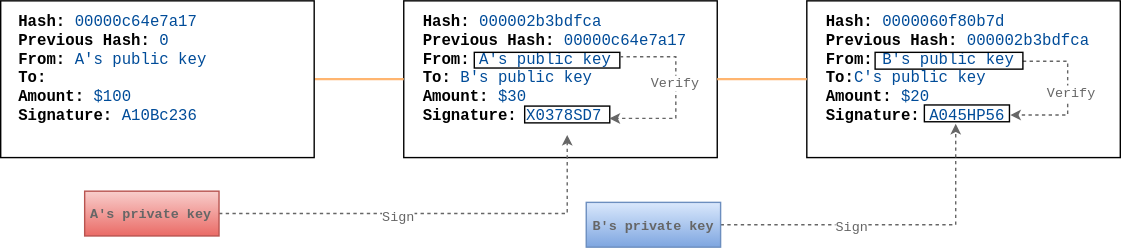
This is images/blockchain-concept/blockchain-security.svg from indrabasak/indrabasak.github.io, a draw.io export, as it was before one commit. Source tidied: cells renumbered, new cells last; positions are measured from the earlier drawing's top-left corner, leaving out a move shared by most shapes.
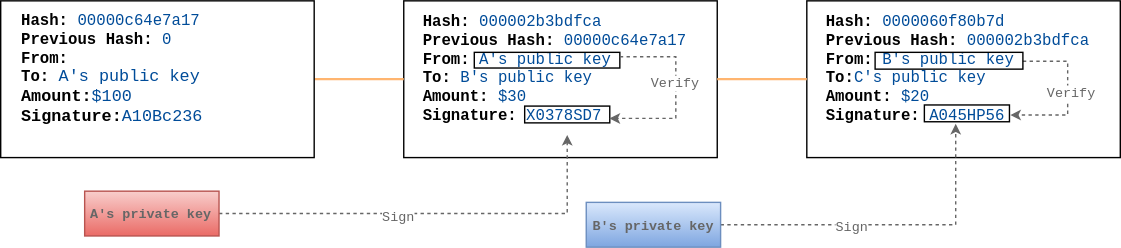
The same file after the commit.

Diff of the diagram source:
```diff
@@ -32,7 +32,7 @@
     <mxCell id="11" style="rounded=0;whiteSpace=wrap;html=1;labelBackgroundColor=none;strokeColor=#000000;strokeWidth=1;fillColor=none;gradientColor=none;fontFamily=Courier New;fontSize=11;fontColor=#CC0000;align=center;" parent="1" vertex="1">
       <mxGeometry width="280" height="140" as="geometry" />
     </mxCell>
-    <mxCell id="12" value="&lt;div style=&quot;text-align: left ; font-size: 14px&quot;&gt;&lt;font color=&quot;#000000&quot; style=&quot;font-size: 14px&quot;&gt;&lt;b&gt;Hash:&lt;/b&gt;&amp;nbsp;&lt;/font&gt;&lt;font color=&quot;#004c99&quot;&gt;00000c64e7a17&lt;/font&gt;&lt;/div&gt;&lt;div style=&quot;text-align: left ; font-size: 14px&quot;&gt;&lt;span style=&quot;color: rgb(0 , 0 , 0)&quot;&gt;&lt;b&gt;Previous Hash:&lt;/b&gt; &lt;/span&gt;&lt;font color=&quot;#004c99&quot;&gt;0&lt;/font&gt;&lt;/div&gt;&lt;div style=&quot;text-align: left ; font-size: 14px&quot;&gt;&lt;font color=&quot;#000000&quot; style=&quot;font-size: 14px&quot;&gt;&lt;b&gt;From:&lt;/b&gt; &lt;/font&gt;&lt;font style=&quot;font-size: 14px&quot; color=&quot;#004c99&quot;&gt;A's public key&lt;/font&gt;&lt;/div&gt;&lt;div style=&quot;text-align: left ; font-size: 14px&quot;&gt;&lt;font color=&quot;#000000&quot; style=&quot;font-size: 14px&quot;&gt;&lt;b&gt;To:&lt;/b&gt;&lt;/font&gt;&lt;/div&gt;&lt;div style=&quot;text-align: left ; font-size: 14px&quot;&gt;&lt;font color=&quot;#000000&quot; style=&quot;font-size: 14px&quot;&gt;&lt;b&gt;Amount:&lt;/b&gt; &lt;/font&gt;&lt;font style=&quot;font-size: 14px&quot; color=&quot;#004c99&quot;&gt;$100&lt;/font&gt;&lt;/div&gt;&lt;div style=&quot;text-align: left ; font-size: 14px&quot;&gt;&lt;font color=&quot;#000000&quot; style=&quot;font-size: 14px&quot;&gt;&lt;b&gt;Signature:&lt;/b&gt; &lt;/font&gt;&lt;font style=&quot;font-size: 14px&quot; color=&quot;#004c99&quot;&gt;A10Bc236&lt;/font&gt;&lt;/div&gt;" style="text;html=1;align=center;verticalAlign=middle;fillColor=none;strokeColor=none;rounded=0;labelBackgroundColor=none;fontFamily=Courier New;fontSize=11;fontColor=#CC0000;" parent="1" vertex="1">
+    <mxCell id="12" value="&lt;div style=&quot;text-align: left ; font-size: 14px&quot;&gt;&lt;font color=&quot;#000000&quot; style=&quot;font-size: 14px&quot;&gt;&lt;b&gt;Hash:&lt;/b&gt;&amp;nbsp;&lt;/font&gt;&lt;font color=&quot;#004c99&quot;&gt;00000c64e7a17&lt;/font&gt;&lt;/div&gt;&lt;div style=&quot;text-align: left ; font-size: 14px&quot;&gt;&lt;span style=&quot;color: rgb(0 , 0 , 0)&quot;&gt;&lt;b&gt;Previous Hash:&lt;/b&gt; &lt;/span&gt;&lt;font color=&quot;#004c99&quot;&gt;0&lt;/font&gt;&lt;/div&gt;&lt;div style=&quot;text-align: left ; font-size: 14px&quot;&gt;&lt;font color=&quot;#000000&quot; style=&quot;font-size: 14px&quot;&gt;&lt;b&gt;From:&lt;/b&gt;&amp;nbsp;&lt;/font&gt;&lt;/div&gt;&lt;div style=&quot;text-align: left ; font-size: 14px&quot;&gt;&lt;font color=&quot;#000000&quot; style=&quot;font-size: 14px&quot;&gt;&lt;b&gt;To:&amp;nbsp;&lt;/b&gt;&lt;/font&gt;&lt;span style=&quot;font-size: 15px ; color: rgb(0 , 76 , 153)&quot;&gt;A's public key&lt;/span&gt;&lt;/div&gt;&lt;div style=&quot;text-align: left ; font-size: 15px&quot;&gt;&lt;font style=&quot;font-size: 15px&quot;&gt;&lt;font color=&quot;#000000&quot; style=&quot;font-size: 15px&quot;&gt;&lt;b&gt;Amount:&lt;/b&gt;&lt;/font&gt;&lt;font color=&quot;#004c99&quot; style=&quot;font-size: 15px&quot;&gt;$100&lt;/font&gt;&lt;/font&gt;&lt;/div&gt;&lt;div style=&quot;font-size: 15px&quot;&gt;&lt;font color=&quot;#000000&quot; style=&quot;font-size: 15px&quot;&gt;&lt;b&gt;Signature:&lt;/b&gt;&lt;/font&gt;&lt;font color=&quot;#004c99&quot; style=&quot;font-size: 15px&quot;&gt;A10Bc236&lt;/font&gt;&lt;/div&gt;" style="text;html=1;align=center;verticalAlign=middle;fillColor=none;strokeColor=none;rounded=0;labelBackgroundColor=none;fontFamily=Courier New;fontSize=11;fontColor=#CC0000;" parent="1" vertex="1">
       <mxGeometry x="10" y="20" width="180" height="80" as="geometry" />
     </mxCell>
     <mxCell id="13" style="edgeStyle=orthogonalEdgeStyle;rounded=0;html=1;dashed=1;startArrow=none;startFill=0;endArrow=classic;endFill=1;jettySize=auto;strokeColor=#666666;strokeWidth=1;fillColor=#000033;fontFamily=Courier New;fontSize=12;fontColor=#666666;" parent="1" edge="1" source="15">
```
